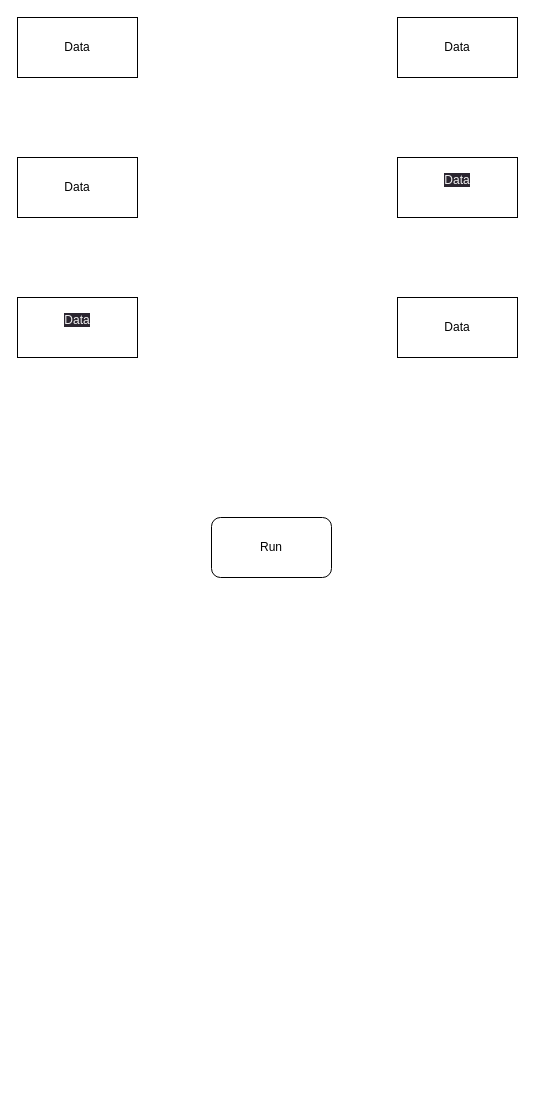
Before: page "company-dates" (2 of 2) of diagram.drawio in guilherme-messias/validador-de-contratos, a draw.io diagram. Source tidied: cells renumbered, new cells numbered last; positions are measured from the earlier drawing's top-left corner, leaving out a move shared by most shapes. Both pictures are drawn from the tidied source at 100%, with x=0, y=0 at pixel (17, 17).
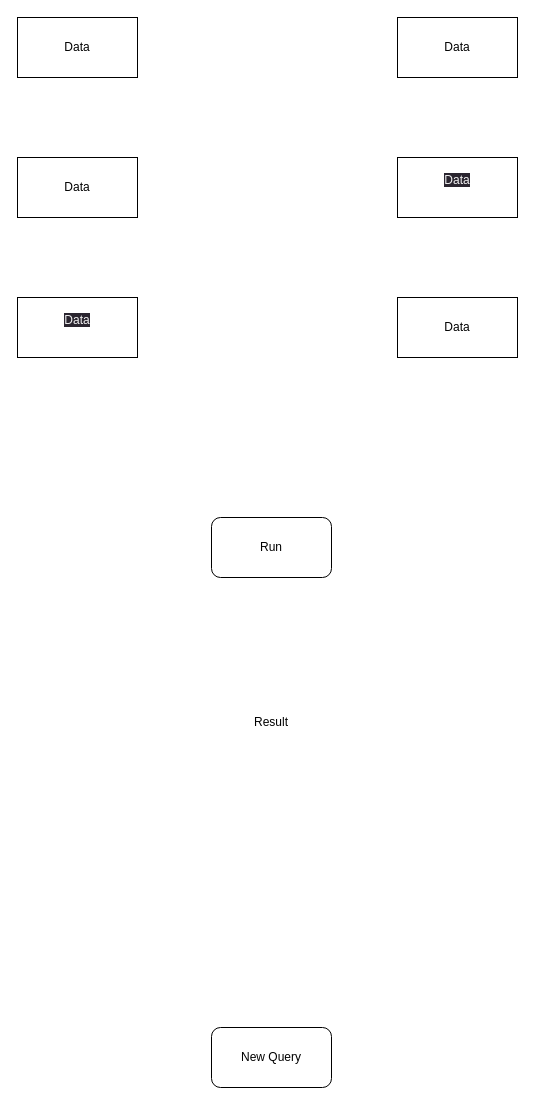
The same page after the edit.

Diff of the diagram source:
```diff
@@
 <mxGraphModel>
   <root>
     <mxCell id="0" />
     <mxCell id="1" parent="0" />
     <mxCell id="2" value="Data" style="rounded=0;whiteSpace=wrap;html=1;" parent="1" vertex="1">
       <mxGeometry width="120" height="60" as="geometry" />
     </mxCell>
     <mxCell id="3" value="Data" style="rounded=0;whiteSpace=wrap;html=1;" parent="1" vertex="1">
       <mxGeometry x="380" width="120" height="60" as="geometry" />
     </mxCell>
     <mxCell id="4" value="Data" style="rounded=0;whiteSpace=wrap;html=1;" parent="1" vertex="1">
       <mxGeometry y="140" width="120" height="60" as="geometry" />
     </mxCell>
     <mxCell id="5" value="&#10;&lt;span style=&quot;color: rgb(240, 240, 240); font-family: Helvetica; font-size: 12px; font-style: normal; font-variant-ligatures: normal; font-variant-caps: normal; font-weight: 400; letter-spacing: normal; orphans: 2; text-align: center; text-indent: 0px; text-transform: none; widows: 2; word-spacing: 0px; -webkit-text-stroke-width: 0px; background-color: rgb(42, 37, 47); text-decoration-thickness: initial; text-decoration-style: initial; text-decoration-color: initial; float: none; display: inline !important;&quot;&gt;Data&lt;/span&gt;&#10;&#10;" style="rounded=0;whiteSpace=wrap;html=1;" parent="1" vertex="1">
       <mxGeometry x="380" y="140" width="120" height="60" as="geometry" />
     </mxCell>
     <mxCell id="6" value="&#10;&lt;span style=&quot;color: rgb(240, 240, 240); font-family: Helvetica; font-size: 12px; font-style: normal; font-variant-ligatures: normal; font-variant-caps: normal; font-weight: 400; letter-spacing: normal; orphans: 2; text-align: center; text-indent: 0px; text-transform: none; widows: 2; word-spacing: 0px; -webkit-text-stroke-width: 0px; background-color: rgb(42, 37, 47); text-decoration-thickness: initial; text-decoration-style: initial; text-decoration-color: initial; float: none; display: inline !important;&quot;&gt;Data&lt;/span&gt;&#10;&#10;" style="rounded=0;whiteSpace=wrap;html=1;" parent="1" vertex="1">
       <mxGeometry y="280" width="120" height="60" as="geometry" />
     </mxCell>
     <mxCell id="7" value="Data" style="rounded=0;whiteSpace=wrap;html=1;" parent="1" vertex="1">
       <mxGeometry x="380" y="280" width="120" height="60" as="geometry" />
     </mxCell>
     <mxCell id="8" value="Run" style="rounded=1;whiteSpace=wrap;html=1;" parent="1" vertex="1">
       <mxGeometry x="194" y="500" width="120" height="60" as="geometry" />
     </mxCell>
+    <mxCell id="9" value="Result" style="text;html=1;strokeColor=none;fillColor=none;align=center;verticalAlign=middle;whiteSpace=wrap;rounded=0;" parent="1" vertex="1">
+      <mxGeometry x="224" y="690" width="60" height="30" as="geometry" />
+    </mxCell>
+    <mxCell id="10" value="New Query" style="rounded=1;whiteSpace=wrap;html=1;" parent="1" vertex="1">
+      <mxGeometry x="194" y="1010" width="120" height="60" as="geometry" />
+    </mxCell>
   </root>
 </mxGraphModel>
```
